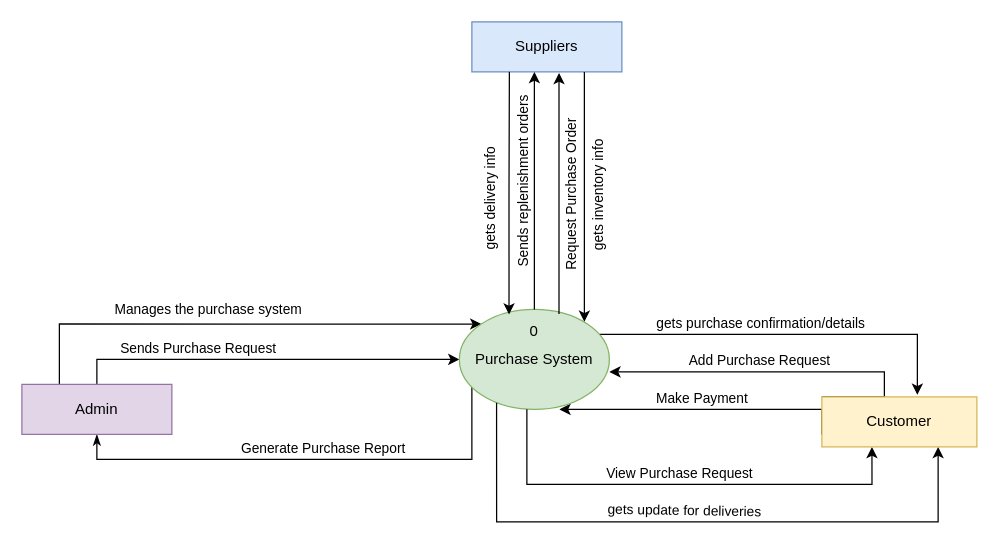
Earlier version of the draw.io diagram Purchase Level 0.drawio (pawal-karki/DRAW.IO). Source tidied: cells renumbered, new cells numbered last; positions are measured from the earlier drawing's top-left corner, leaving out a move shared by most shapes. Both pictures are drawn from the tidied source at 125%, with x=0, y=0 at pixel (21, 21).
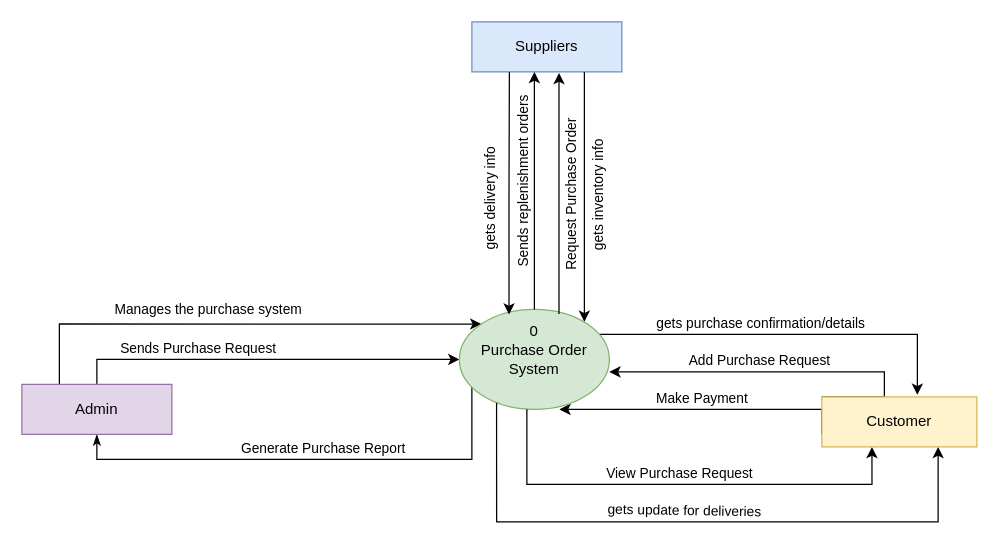
Above is the later version.

Diff of the diagram source:
```diff
@@
-    <mxCell id="15" value="Purchase System" style="ellipse;whiteSpace=wrap;html=1;fillColor=#d5e8d4;strokeColor=#82b366;" parent="1" vertex="1">
+    <mxCell id="15" value="Purchase Order System" style="ellipse;whiteSpace=wrap;html=1;fillColor=#d5e8d4;strokeColor=#82b366;" parent="1" vertex="1">
       <mxGeometry x="350" y="230" width="120" height="80" as="geometry" />
     </mxCell>
```
